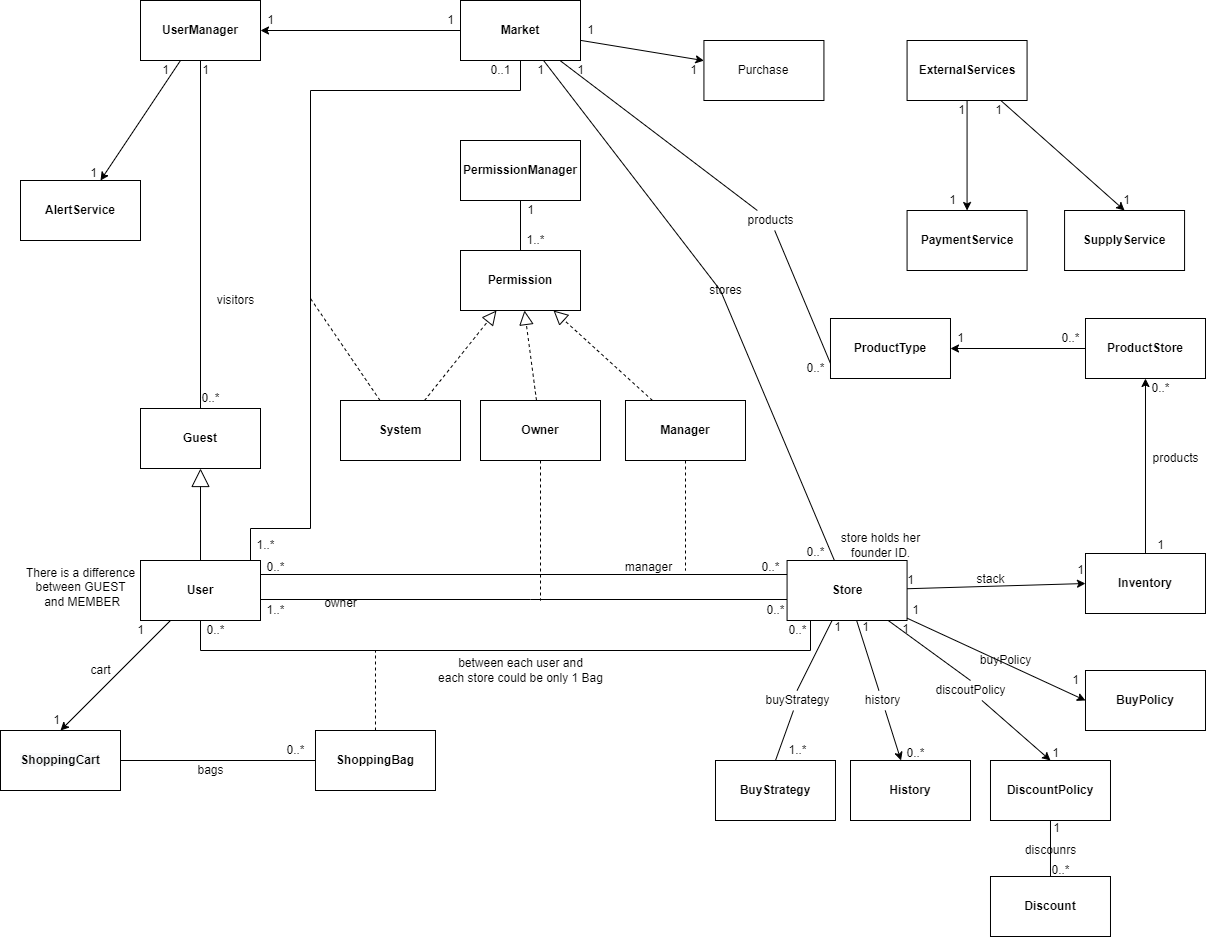
Before: Files/version_1_files/white diagram.png, a diagram exported from draw.io (Sadna-Market/Market). Source tidied: cells renumbered, new cells last; positions are measured from the earlier drawing's top-left corner, leaving out a move shared by most shapes.
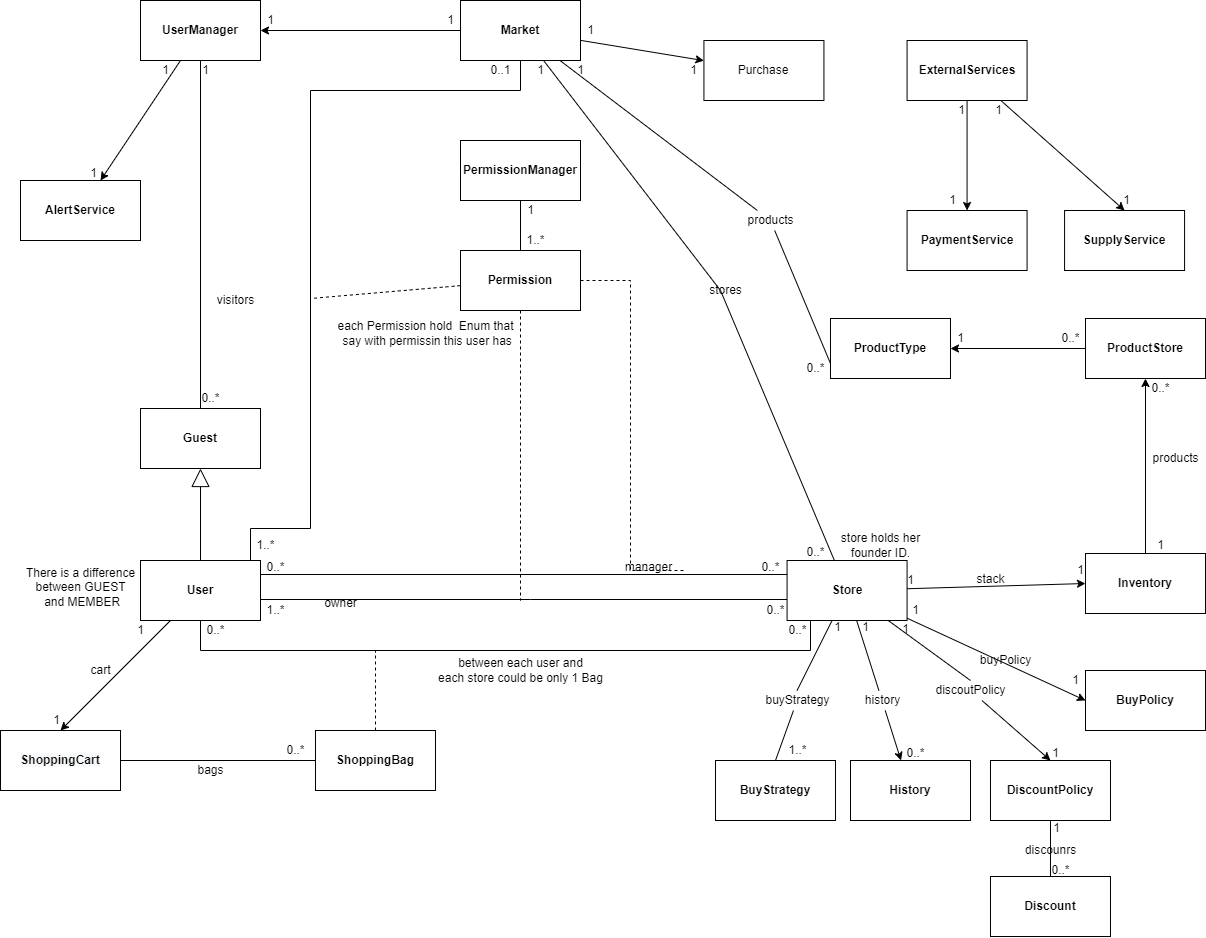
Above is the later version.

What changed in the source:
```diff
@@ -88,39 +88,28 @@
     <mxCell id="24" value="1..*" style="text;html=1;align=center;verticalAlign=middle;strokeColor=none;fillColor=none;" parent="1" vertex="1">
       <mxGeometry x="520" y="230" width="30" height="20" as="geometry" />
     </mxCell>
-    <mxCell id="25" style="edgeStyle=none;rounded=0;jettySize=auto;html=1;endArrow=none;endFill=0;elbow=vertical;dashed=1;" parent="1" edge="1" source="26">
+    <mxCell id="25" style="edgeStyle=none;rounded=0;jettySize=auto;html=1;endArrow=none;endFill=0;elbow=vertical;dashed=1;" parent="1" edge="1" source="22">
       <mxGeometry relative="1" as="geometry">
         <mxPoint x="310" y="298" as="targetPoint" />
       </mxGeometry>
     </mxCell>
-    <mxCell id="26" value="&lt;span style=&quot;font-weight: 700&quot;&gt;System&lt;/span&gt;" style="rounded=0;whiteSpace=wrap;html=1;" parent="1" vertex="1">
-      <mxGeometry x="340" y="400" width="120" height="60" as="geometry" />
-    </mxCell>
-    <mxCell id="27" style="edgeStyle=orthogonalEdgeStyle;rounded=0;jettySize=auto;html=1;endArrow=none;endFill=0;elbow=vertical;dashed=1;" parent="1" edge="1" source="28">
+    <mxCell id="27" style="edgeStyle=orthogonalEdgeStyle;rounded=0;jettySize=auto;html=1;endArrow=none;endFill=0;elbow=vertical;dashed=1;" parent="1" edge="1" source="22">
       <mxGeometry relative="1" as="geometry">
-        <mxPoint x="540" y="600" as="targetPoint" />
+        <mxPoint x="520" y="600" as="targetPoint" />
+        <Array as="points">
+          <mxPoint x="520" y="600" />
+        </Array>
       </mxGeometry>
     </mxCell>
-    <mxCell id="28" value="&lt;span style=&quot;font-weight: 700&quot;&gt;Owner&lt;/span&gt;" style="rounded=0;whiteSpace=wrap;html=1;" parent="1" vertex="1">
-      <mxGeometry x="480" y="400" width="120" height="60" as="geometry" />
-    </mxCell>
-    <mxCell id="29" style="edgeStyle=orthogonalEdgeStyle;rounded=0;jettySize=auto;html=1;dashed=1;endArrow=none;endFill=0;elbow=vertical;" parent="1" edge="1" source="30">
+    <mxCell id="29" style="edgeStyle=orthogonalEdgeStyle;rounded=0;jettySize=auto;html=1;dashed=1;endArrow=none;endFill=0;elbow=vertical;" parent="1" edge="1" source="22">
       <mxGeometry relative="1" as="geometry">
         <mxPoint x="685" y="570" as="targetPoint" />
+        <Array as="points">
+          <mxPoint x="630" y="280" />
+          <mxPoint x="630" y="570" />
+        </Array>
       </mxGeometry>
     </mxCell>
-    <mxCell id="30" value="&lt;span style=&quot;font-weight: 700&quot;&gt;Manager&lt;/span&gt;" style="rounded=0;whiteSpace=wrap;html=1;" parent="1" vertex="1">
-      <mxGeometry x="625" y="400" width="120" height="60" as="geometry" />
-    </mxCell>
-    <mxCell id="31" style="endArrow=block;dashed=1;endFill=0;endSize=12;html=1;rounded=0;elbow=vertical;" parent="1" edge="1" source="26" target="22">
-      <mxGeometry relative="1" as="geometry" />
-    </mxCell>
-    <mxCell id="32" style="endArrow=block;dashed=1;endFill=0;endSize=12;html=1;rounded=0;elbow=vertical;" parent="1" edge="1" source="28" target="22">
-      <mxGeometry relative="1" as="geometry" />
-    </mxCell>
-    <mxCell id="33" style="endArrow=block;dashed=1;endFill=0;endSize=12;html=1;rounded=0;elbow=vertical;" parent="1" edge="1" source="30" target="22">
-      <mxGeometry relative="1" as="geometry" />
-    </mxCell>
     <mxCell id="34" value="0..*" style="text;html=1;align=center;verticalAlign=middle;strokeColor=none;fillColor=none;" parent="1" vertex="1">
       <mxGeometry x="200" y="620" width="30" height="20" as="geometry" />
     </mxCell>
@@ -406,5 +395,8 @@
     <mxCell id="124" style="endArrow=block;endSize=16;endFill=0;html=1;rounded=0;" parent="1" edge="1" source="8" target="123">
       <mxGeometry relative="1" as="geometry" />
     </mxCell>
+    <mxCell id="125" value="each Permission hold&amp;nbsp; Enum that&lt;br&gt;&amp;nbsp;say with permissin this user has" style="text;html=1;align=center;verticalAlign=middle;strokeColor=none;fillColor=none;" parent="1" vertex="1">
+      <mxGeometry x="330" y="318" width="190" height="30" as="geometry" />
+    </mxCell>
   </root>
 </mxGraphModel>
```
